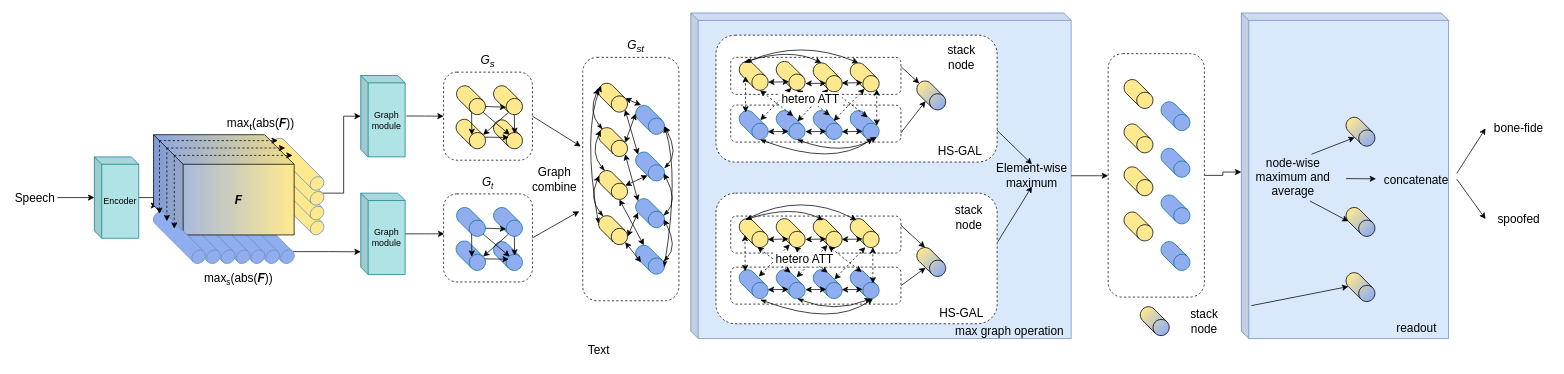
The draw.io diagram Untitled Diagram.drawio in OshanJayawardana/Neural-Network-Architecture-Diagrams, before the edit. Source tidied: cells renumbered, new cells numbered last; positions are measured from the earlier drawing's top-left corner, leaving out a move shared by most shapes. Both pictures are drawn from the tidied source at 74%, with x=0, y=0 at pixel (13, 13).
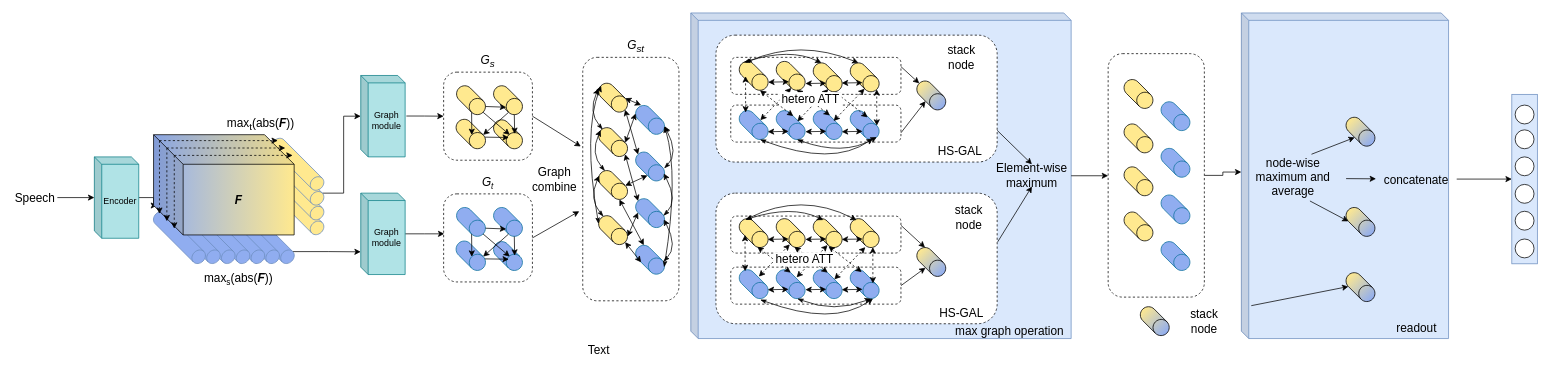
The same page after the edit.

Unchanged cells that the change refers to:
```xml
<mxCell id="182" value="concatenate" style="text;html=1;strokeColor=none;fillColor=none;align=center;verticalAlign=middle;whiteSpace=wrap;rounded=0;fontSize=16;" parent="1" vertex="1">
  <mxGeometry x="1842" y="209.5" width="109" height="30" as="geometry" />
</mxCell>
```

What changed in the source:
```diff
@@
+    <mxCell id="18" style="strokeWidth=1;html=1;shape=mxgraph.flowchart.direct_data;whiteSpace=wrap;fontSize=16;fillColor=#90ADF0;strokeColor=#6c8ebf;rotation=45;" parent="1" vertex="1">
+      <mxGeometry x="180" y="293.5" width="90" height="20" as="geometry" />
+    </mxCell>
@@
-    <mxCell id="18" style="strokeWidth=1;html=1;shape=mxgraph.flowchart.direct_data;whiteSpace=wrap;fontSize=16;fillColor=#90ADF0;strokeColor=#6c8ebf;rotation=45;" parent="1" vertex="1">
-      <mxGeometry x="180" y="293.5" width="90" height="20" as="geometry" />
-    </mxCell>
@@
-    <mxCell id="180" style="rounded=0;jettySize=auto;html=1;exitX=1;exitY=0.25;exitDx=0;exitDy=0;entryX=0;entryY=0.5;entryDx=0;entryDy=0;fontSize=16;startArrow=none;startFill=0;endArrow=classic;endFill=1;" parent="1" edge="1" source="182" target="184">
-      <mxGeometry relative="1" as="geometry" />
-    </mxCell>
-    <mxCell id="181" style="edgeStyle=none;rounded=0;jettySize=auto;html=1;exitX=1;exitY=0.5;exitDx=0;exitDy=0;entryX=0;entryY=0.5;entryDx=0;entryDy=0;fontSize=16;startArrow=none;startFill=0;endArrow=classic;endFill=1;" parent="1" edge="1" source="182" target="185">
-      <mxGeometry relative="1" as="geometry" />
-    </mxCell>
+    <mxCell id="189" style="edgeStyle=none;rounded=0;jettySize=auto;html=1;fontSize=16;startArrow=none;startFill=0;endArrow=classic;endFill=1;" parent="1" edge="1" source="182" target="190">
+      <mxGeometry relative="1" as="geometry" />
+    </mxCell>
@@
-    <mxCell id="184" value="bone-fide" style="text;html=1;strokeColor=none;fillColor=none;align=center;verticalAlign=middle;whiteSpace=wrap;rounded=0;fontSize=16;" parent="1" vertex="1">
-      <mxGeometry x="1990" y="141" width="90" height="30" as="geometry" />
-    </mxCell>
-    <mxCell id="185" value="spoofed" style="text;html=1;strokeColor=none;fillColor=none;align=center;verticalAlign=middle;whiteSpace=wrap;rounded=0;fontSize=16;" parent="1" vertex="1">
-      <mxGeometry x="1990" y="263.5" width="90" height="30" as="geometry" />
-    </mxCell>
@@
+    <mxCell id="190" style="whiteSpace=wrap;html=1;fontSize=16;strokeColor=#6c8ebf;strokeWidth=1;fillColor=#dae8fc;gradientDirection=north;" parent="1" vertex="1">
+      <mxGeometry x="2025.5" y="110" width="34.5" height="229" as="geometry" />
+    </mxCell>
+    <mxCell id="191" style="ellipse;whiteSpace=wrap;html=1;fontSize=16;strokeWidth=1;gradientDirection=north;" parent="1" vertex="1">
+      <mxGeometry x="2030" y="124.5" width="25.5" height="25.5" as="geometry" />
+    </mxCell>
+    <mxCell id="192" style="ellipse;whiteSpace=wrap;html=1;fontSize=16;strokeWidth=1;gradientDirection=north;" parent="1" vertex="1">
+      <mxGeometry x="2030" y="158" width="25.5" height="25.5" as="geometry" />
+    </mxCell>
+    <mxCell id="193" style="ellipse;whiteSpace=wrap;html=1;fontSize=16;strokeWidth=1;gradientDirection=north;" parent="1" vertex="1">
+      <mxGeometry x="2030" y="194.5" width="25.5" height="25.5" as="geometry" />
+    </mxCell>
+    <mxCell id="194" style="ellipse;whiteSpace=wrap;html=1;fontSize=16;strokeWidth=1;gradientDirection=north;" parent="1" vertex="1">
+      <mxGeometry x="2030" y="231.7" width="25.5" height="25.5" as="geometry" />
+    </mxCell>
+    <mxCell id="195" style="ellipse;whiteSpace=wrap;html=1;fontSize=16;strokeWidth=1;gradientDirection=north;" parent="1" vertex="1">
+      <mxGeometry x="2030" y="268" width="25.5" height="25.5" as="geometry" />
+    </mxCell>
+    <mxCell id="196" style="ellipse;whiteSpace=wrap;html=1;fontSize=16;strokeWidth=1;gradientDirection=north;" parent="1" vertex="1">
+      <mxGeometry x="2030" y="305.5" width="25.5" height="25.5" as="geometry" />
+    </mxCell>
```
